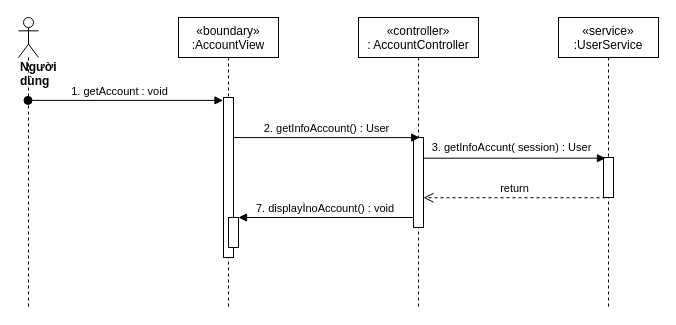
Earlier version of the draw.io diagram sequence diagram/getMyInfo-sequence.drawio (nguyenphamvan/datn_20202). Source tidied: cells renumbered, new cells numbered last; positions are measured from the earlier drawing's top-left corner, leaving out a move shared by most shapes. Both pictures are drawn from the tidied source at 100%, with x=0, y=0 at pixel (18, 17).
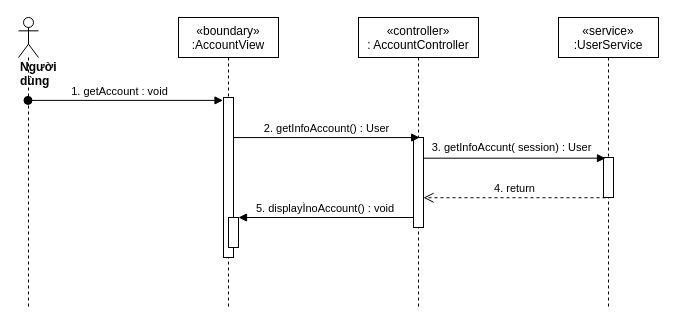
The same page after the edit.

What changed in the source:
```diff
@@
 <mxGraphModel>
   <root>
     <mxCell id="0" />
     <mxCell id="1" parent="0" />
     <mxCell id="2" value="«boundary»&#10;:AccountView" style="shape=umlLifeline;perimeter=lifelinePerimeter;rounded=0;shadow=0;strokeWidth=1;" parent="1" vertex="1">
       <mxGeometry x="160" width="100" height="290" as="geometry" />
     </mxCell>
     <mxCell id="3" style="points=[];perimeter=orthogonalPerimeter;rounded=0;shadow=0;strokeWidth=1;" parent="2" vertex="1">
       <mxGeometry x="45" y="80" width="10" height="160" as="geometry" />
     </mxCell>
     <mxCell id="4" value="«controller»&#10;: AccountController" style="shape=umlLifeline;perimeter=lifelinePerimeter;rounded=0;shadow=0;strokeWidth=1;" parent="1" vertex="1">
       <mxGeometry x="340" width="120" height="290" as="geometry" />
     </mxCell>
     <mxCell id="5" style="points=[];perimeter=orthogonalPerimeter;rounded=0;shadow=0;strokeWidth=1;" parent="4" vertex="1">
       <mxGeometry x="55" y="120" width="10" height="90" as="geometry" />
     </mxCell>
     <mxCell id="6" value="&lt;div&gt;&lt;b&gt;Người dùng&lt;/b&gt;&lt;/div&gt;" style="shape=umlLifeline;participant=umlActor;perimeter=lifelinePerimeter;whiteSpace=wrap;html=1;verticalAlign=top;spacingTop=36;outlineConnect=0;align=left;" parent="1" vertex="1">
       <mxGeometry width="20" height="290" as="geometry" />
     </mxCell>
     <mxCell id="7" value="1. getAccount : void" style="verticalAlign=bottom;startArrow=oval;endArrow=block;startSize=8;shadow=0;strokeWidth=1;entryX=-0.05;entryY=0.018;entryDx=0;entryDy=0;entryPerimeter=0;" parent="1" edge="1" source="6" target="3">
       <mxGeometry x="-0.06" relative="1" as="geometry" />
     </mxCell>
     <mxCell id="8" value="«service»&#10;:UserService" style="shape=umlLifeline;perimeter=lifelinePerimeter;rounded=0;shadow=0;strokeWidth=1;" parent="1" vertex="1">
       <mxGeometry x="540" width="100" height="290" as="geometry" />
     </mxCell>
     <mxCell id="9" style="points=[];perimeter=orthogonalPerimeter;rounded=0;shadow=0;strokeWidth=1;" parent="8" vertex="1">
       <mxGeometry x="45" y="140" width="10" height="40" as="geometry" />
     </mxCell>
     <mxCell id="10" value="2. getInfoAccount() : User" style="html=1;verticalAlign=bottom;endArrow=block;entryX=0.617;entryY=0.001;entryDx=0;entryDy=0;entryPerimeter=0;" parent="1" edge="1" source="3" target="5">
       <mxGeometry relative="1" as="geometry" />
     </mxCell>
     <mxCell id="11" style="html=1;verticalAlign=bottom;endArrow=block;entryX=0.2;entryY=0.017;entryDx=0;entryDy=0;entryPerimeter=0;" parent="1" edge="1" source="5" target="9">
       <mxGeometry relative="1" as="geometry" />
     </mxCell>
     <mxCell id="12" value="3. getInfoAccunt( session) : User" style="edgeLabel;html=1;align=center;verticalAlign=middle;" parent="11" vertex="1">
       <mxGeometry x="-0.08" y="4" relative="1" as="geometry">
         <mxPoint x="3" y="-7" as="offset" />
       </mxGeometry>
     </mxCell>
-    <mxCell id="13" value="return" style="html=1;verticalAlign=bottom;endArrow=open;dashed=1;endSize=8;exitX=0.2;exitY=1.006;exitDx=0;exitDy=0;exitPerimeter=0;" parent="1" edge="1" source="9" target="5">
+    <mxCell id="13" value="4. return" style="html=1;verticalAlign=bottom;endArrow=open;dashed=1;endSize=8;exitX=0.2;exitY=1.006;exitDx=0;exitDy=0;exitPerimeter=0;" parent="1" edge="1" source="9" target="5">
       <mxGeometry relative="1" as="geometry" />
     </mxCell>
-    <mxCell id="14" value="7. displayÌnoAccount() : void" style="verticalAlign=bottom;endArrow=block;shadow=0;strokeWidth=1;" parent="1" edge="1" source="5" target="15">
+    <mxCell id="14" value="5. displayÌnoAccount() : void" style="verticalAlign=bottom;endArrow=block;shadow=0;strokeWidth=1;" parent="1" edge="1" source="5" target="15">
       <mxGeometry relative="1" as="geometry" />
     </mxCell>
     <mxCell id="15" style="html=1;points=[];perimeter=orthogonalPerimeter;" parent="1" vertex="1">
       <mxGeometry x="210" y="200" width="10" height="30" as="geometry" />
     </mxCell>
   </root>
 </mxGraphModel>
```
